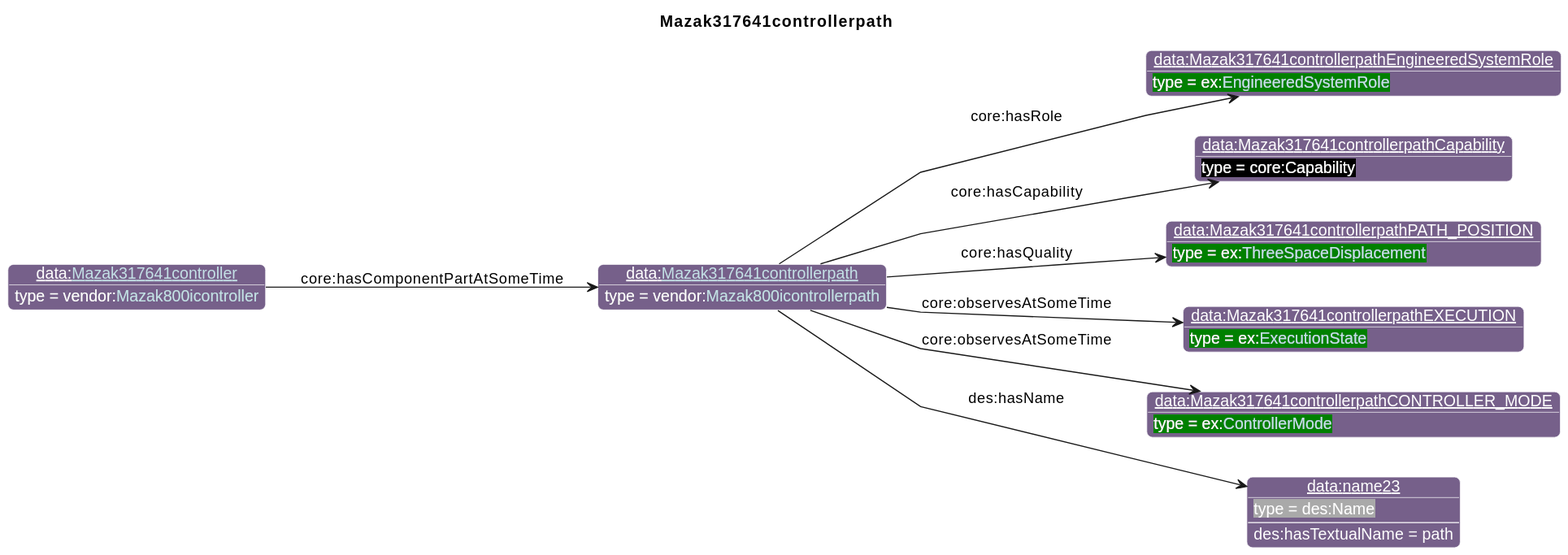
This is diagrams/Mazak317641controllerpath.svg from iofoundry/example-syseng-mtconnect, a PlantUML export, as it was before one commit.
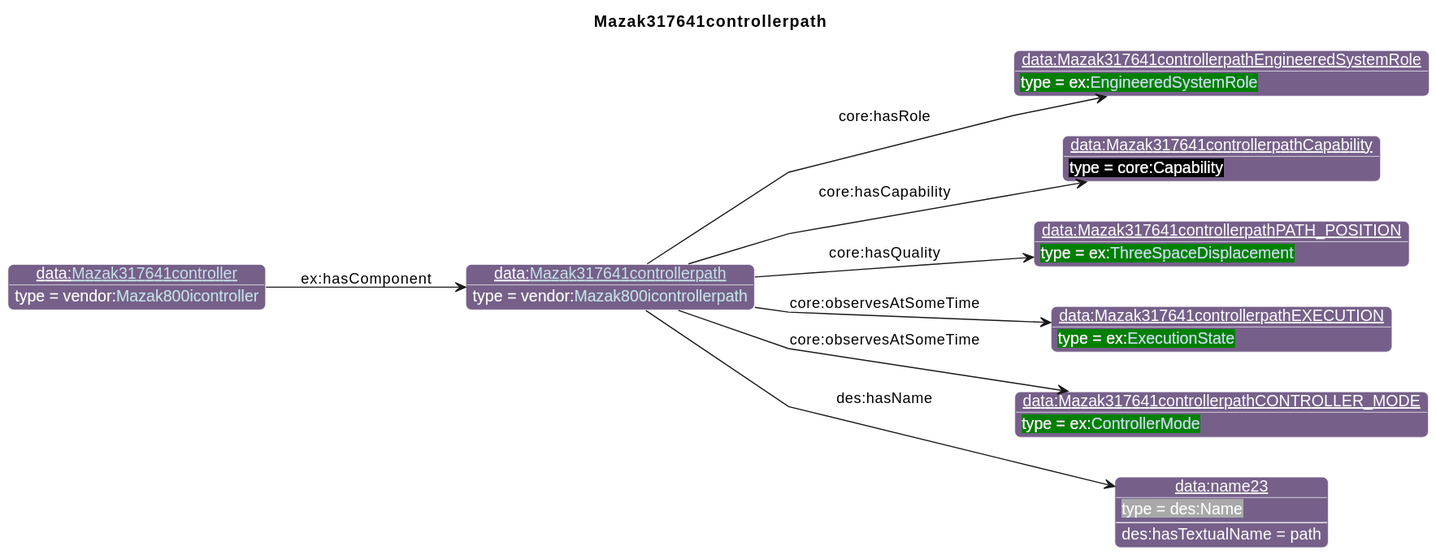
After the commit.

Change to the diagram source:
```diff
@@ -40,5 +40,5 @@
 property(o0, "core:observesAtSomeTime", o5)
 property(o0, "des:hasName", o6)
 data(o6, "des:hasTextualName", "path")
-property(o7, "core:hasComponentPartAtSomeTime", o0)
+property(o7, "ex:hasComponent", o0)
 @enduml
```
